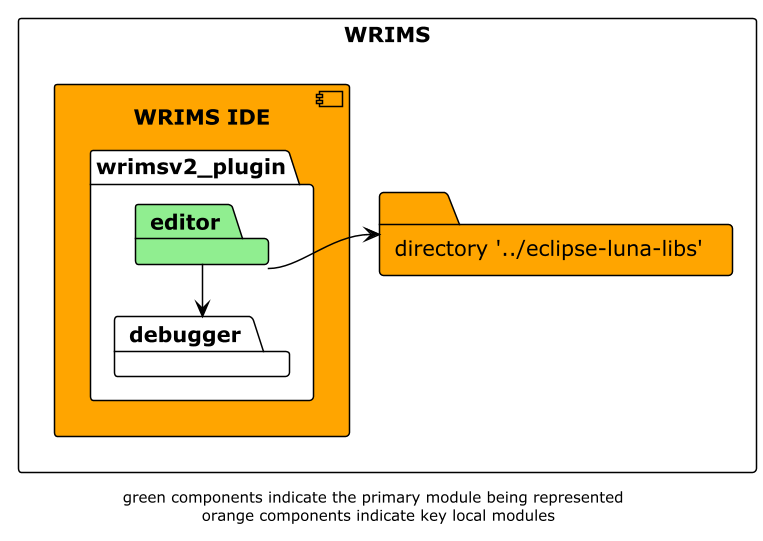
Earlier version of the PlantUML export docs/diagrams/wrims-modules/wrims-ide/wrims-ide_editor.png (CentralValleyModeling/wrims-gui). Source of this version:
```plantuml
@startuml

!theme plain
left to right direction
skinparam linetype ortho

rectangle WRIMS {
    component wrims-ide as "WRIMS IDE" #orange {
        package wrimsv2_plugin  {
            package editor #lightgreen
            package debugger
        }
    }
    folder luna_libs as "directory '../eclipse-luna-libs'" #orange
}

editor --> luna_libs
editor -l-> debugger

footer "green components indicate the primary module being represented \n orange components indicate key local modules"
@enduml
```
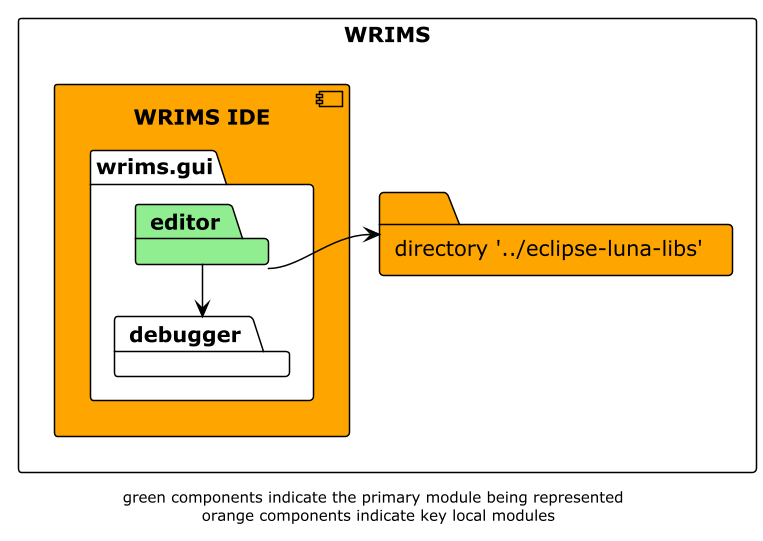
After the commit.

Diff of the diagram source:
```diff
@@ -6,7 +6,7 @@
 
 rectangle WRIMS {
     component wrims-ide as "WRIMS IDE" #orange {
-        package wrimsv2_plugin  {
+        package wrims.gui  {
             package editor #lightgreen
             package debugger
         }
```
